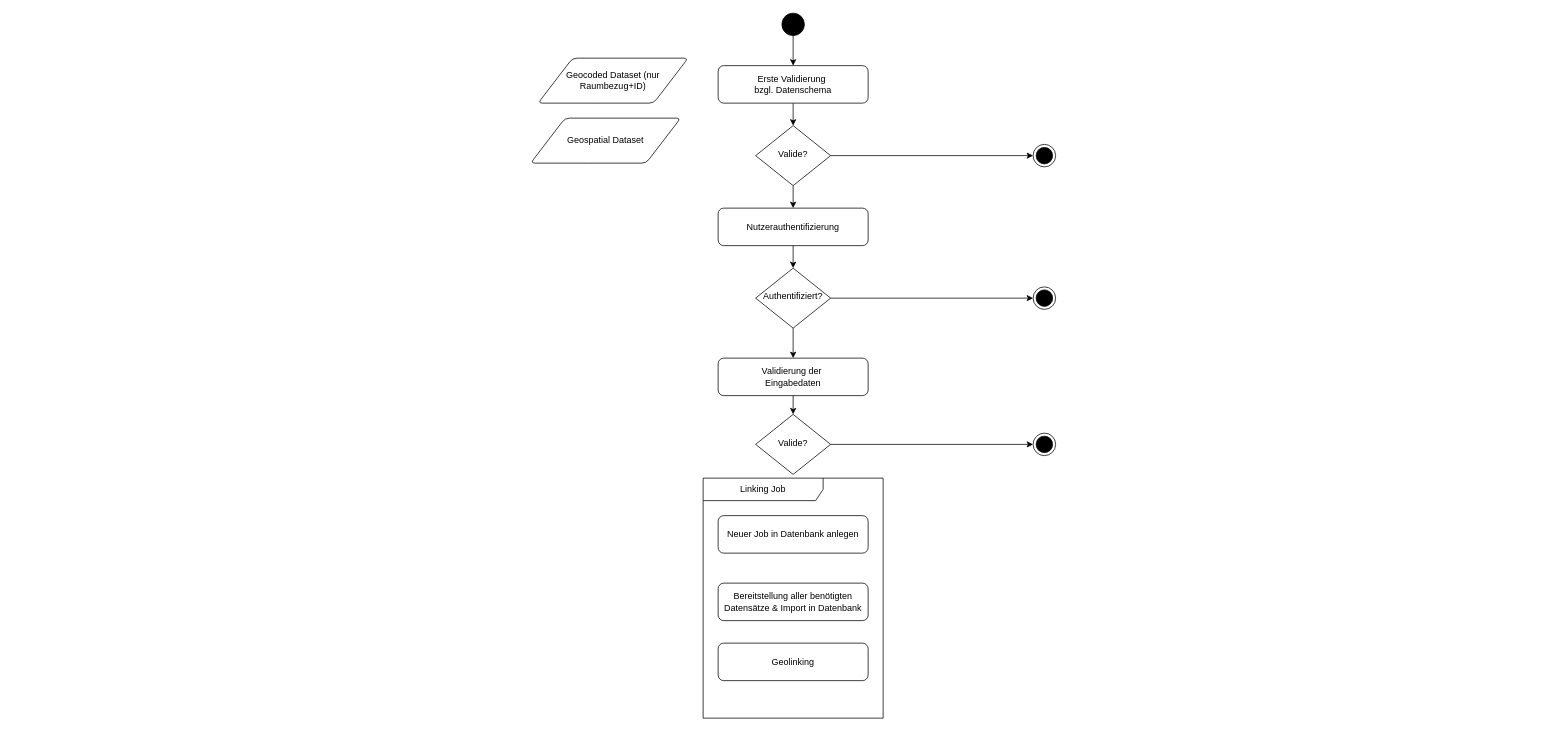
traveller195/draw_io keeps this draw.io diagram as sora/sora-geolinking-flowchart_001_quer.drawio. Above is the earlier version. Source tidied: cells renumbered, new cells numbered last; positions are measured from the earlier drawing's top-left corner, leaving out a move shared by most shapes. Both pictures are drawn from the tidied source at 75%, with x=0, y=0 at pixel (530, 13).
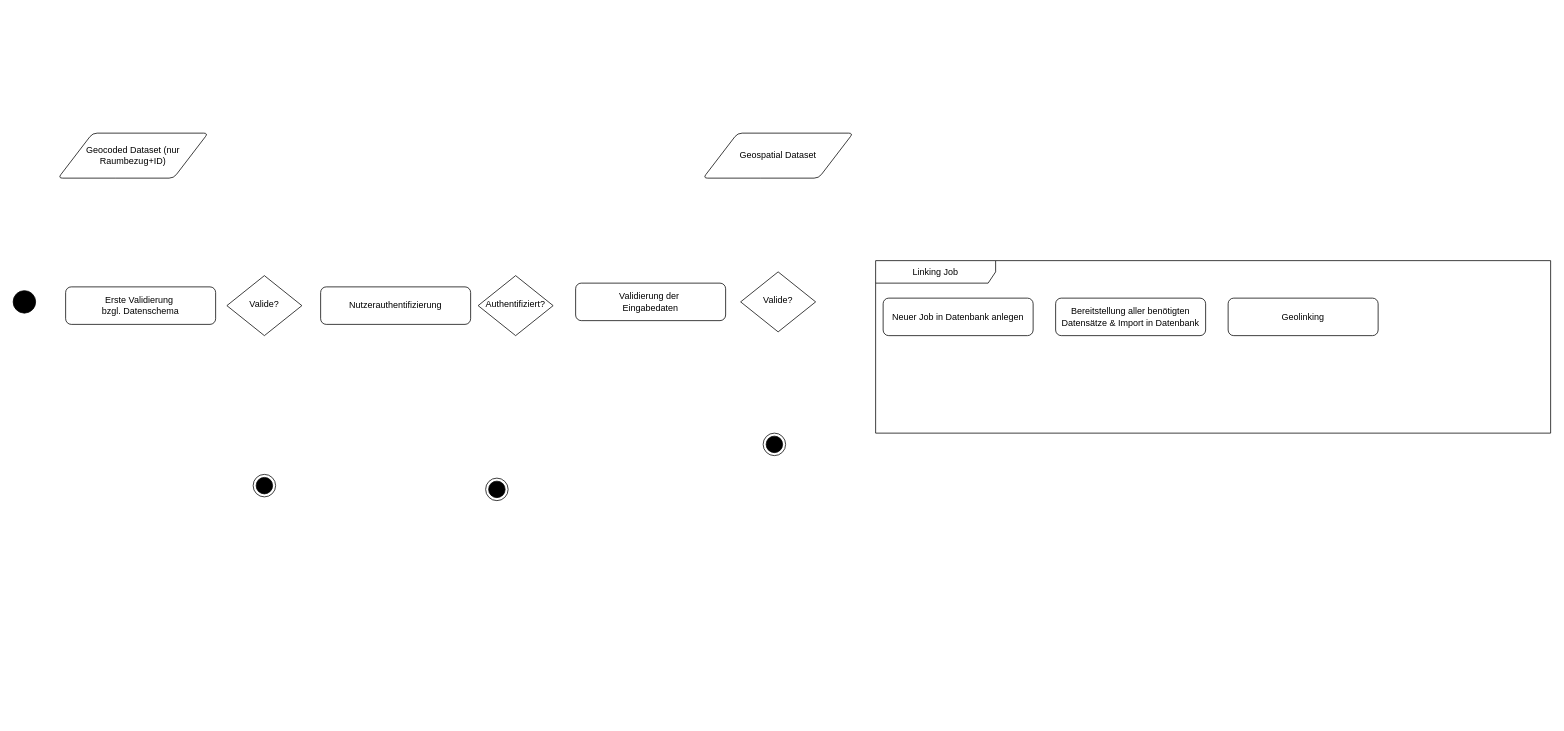
After the change.

What changed in the source:
```diff
@@
-    <mxCell id="2" style="edgeStyle=orthogonalEdgeStyle;rounded=0;jettySize=auto;html=1;exitX=0.5;exitY=1;exitDx=0;exitDy=0;entryX=0.5;entryY=0;entryDx=0;entryDy=0;" parent="1" edge="1" source="3" target="12">
-      <mxGeometry relative="1" as="geometry" />
-    </mxCell>
     <mxCell id="3" value="&lt;div&gt;Erste Validierung&amp;nbsp;&lt;/div&gt;&lt;div&gt;bzgl. Datenschema&lt;/div&gt;" style="rounded=1;whiteSpace=wrap;html=1;fontSize=12;glass=0;strokeWidth=1;shadow=0;" parent="1" vertex="1">
-      <mxGeometry x="250" y="70" width="200" height="50" as="geometry" />
+      <mxGeometry x="-620" y="365" width="200" height="50" as="geometry" />
     </mxCell>
-    <mxCell id="4" style="edgeStyle=orthogonalEdgeStyle;rounded=0;jettySize=auto;html=1;exitX=0.5;exitY=1;exitDx=0;exitDy=0;entryX=0.5;entryY=0;entryDx=0;entryDy=0;" parent="1" edge="1" source="5" target="3">
-      <mxGeometry relative="1" as="geometry" />
-    </mxCell>
     <mxCell id="5" style="ellipse;fillColor=strokeColor;html=1;" parent="1" vertex="1">
-      <mxGeometry x="335" width="30" height="30" as="geometry" />
+      <mxGeometry x="-690" y="370" width="30" height="30" as="geometry" />
     </mxCell>
     <mxCell id="6" value="Linking Job" style="shape=umlFrame;whiteSpace=wrap;html=1;width=160;" parent="1" vertex="1">
-      <mxGeometry x="230" y="620" width="240" height="320" as="geometry" />
+      <mxGeometry x="460" y="330" width="900" height="230" as="geometry" />
     </mxCell>
     <mxCell id="7" value="Neuer Job in Datenbank anlegen" style="rounded=1;whiteSpace=wrap;html=1;fontSize=12;glass=0;strokeWidth=1;shadow=0;" parent="6" vertex="1">
-      <mxGeometry x="20" y="50" width="200" height="50" as="geometry" />
+      <mxGeometry x="10" y="50" width="200" height="50" as="geometry" />
     </mxCell>
     <mxCell id="8" value="Bereitstellung aller benötigten Datensätze &amp;amp; Import in Datenbank" style="rounded=1;whiteSpace=wrap;html=1;fontSize=12;glass=0;strokeWidth=1;shadow=0;" parent="6" vertex="1">
-      <mxGeometry x="20" y="140" width="200" height="50" as="geometry" />
+      <mxGeometry x="240" y="50" width="200" height="50" as="geometry" />
     </mxCell>
     <mxCell id="9" value="Geolinking" style="rounded=1;whiteSpace=wrap;html=1;fontSize=12;glass=0;strokeWidth=1;shadow=0;" parent="6" vertex="1">
-      <mxGeometry x="20" y="220" width="200" height="50" as="geometry" />
+      <mxGeometry x="470" y="50" width="200" height="50" as="geometry" />
     </mxCell>
-    <mxCell id="10" style="edgeStyle=orthogonalEdgeStyle;rounded=0;jettySize=auto;html=1;exitX=1;exitY=0.5;exitDx=0;exitDy=0;entryX=0;entryY=0.5;entryDx=0;entryDy=0;" parent="1" edge="1" source="12" target="13">
-      <mxGeometry relative="1" as="geometry" />
-    </mxCell>
-    <mxCell id="11" style="edgeStyle=orthogonalEdgeStyle;rounded=0;jettySize=auto;html=1;exitX=0.5;exitY=1;exitDx=0;exitDy=0;entryX=0.5;entryY=0;entryDx=0;entryDy=0;" parent="1" edge="1" source="12" target="15">
-      <mxGeometry relative="1" as="geometry" />
-    </mxCell>
     <mxCell id="12" value="Valide?" style="rhombus;whiteSpace=wrap;html=1;shadow=0;fontFamily=Helvetica;fontSize=12;align=center;strokeWidth=1;spacing=6;spacingTop=-4;" parent="1" vertex="1">
-      <mxGeometry x="300" y="150" width="100" height="80" as="geometry" />
+      <mxGeometry x="-405" y="350" width="100" height="80" as="geometry" />
     </mxCell>
     <mxCell id="13" value="ddd" style="ellipse;html=1;shape=endState;fillColor=strokeColor;" parent="1" vertex="1">
-      <mxGeometry x="670" y="175" width="30" height="30" as="geometry" />
+      <mxGeometry x="-370" y="615" width="30" height="30" as="geometry" />
     </mxCell>
-    <mxCell id="14" style="edgeStyle=orthogonalEdgeStyle;rounded=0;jettySize=auto;html=1;exitX=0.5;exitY=1;exitDx=0;exitDy=0;entryX=0.5;entryY=0;entryDx=0;entryDy=0;" parent="1" edge="1" source="15" target="18">
-      <mxGeometry relative="1" as="geometry" />
-    </mxCell>
     <mxCell id="15" value="Nutzerauthentifizierung" style="rounded=1;whiteSpace=wrap;html=1;fontSize=12;glass=0;strokeWidth=1;shadow=0;" parent="1" vertex="1">
-      <mxGeometry x="250" y="260" width="200" height="50" as="geometry" />
+      <mxGeometry x="-280" y="365" width="200" height="50" as="geometry" />
     </mxCell>
-    <mxCell id="16" style="edgeStyle=orthogonalEdgeStyle;rounded=0;jettySize=auto;html=1;exitX=1;exitY=0.5;exitDx=0;exitDy=0;entryX=0;entryY=0.5;entryDx=0;entryDy=0;" parent="1" edge="1" source="18" target="19">
-      <mxGeometry relative="1" as="geometry" />
-    </mxCell>
-    <mxCell id="17" style="edgeStyle=orthogonalEdgeStyle;rounded=0;jettySize=auto;html=1;exitX=0.5;exitY=1;exitDx=0;exitDy=0;entryX=0.5;entryY=0;entryDx=0;entryDy=0;" parent="1" edge="1" source="18" target="21">
-      <mxGeometry relative="1" as="geometry" />
-    </mxCell>
     <mxCell id="18" value="Authentifiziert?" style="rhombus;whiteSpace=wrap;html=1;shadow=0;fontFamily=Helvetica;fontSize=12;align=center;strokeWidth=1;spacing=6;spacingTop=-4;" parent="1" vertex="1">
-      <mxGeometry x="300" y="340" width="100" height="80" as="geometry" />
+      <mxGeometry x="-70" y="350" width="100" height="80" as="geometry" />
     </mxCell>
     <mxCell id="19" value="ddd" style="ellipse;html=1;shape=endState;fillColor=strokeColor;" parent="1" vertex="1">
-      <mxGeometry x="670" y="365" width="30" height="30" as="geometry" />
+      <mxGeometry x="-60" y="620" width="30" height="30" as="geometry" />
     </mxCell>
-    <mxCell id="20" style="edgeStyle=orthogonalEdgeStyle;rounded=0;jettySize=auto;html=1;exitX=0.5;exitY=1;exitDx=0;exitDy=0;entryX=0.5;entryY=0;entryDx=0;entryDy=0;" parent="1" edge="1" source="21" target="23">
-      <mxGeometry relative="1" as="geometry" />
-    </mxCell>
     <mxCell id="21" value="&lt;div&gt;Validierung der&amp;nbsp;&lt;/div&gt;&lt;div&gt;Eingabedaten&lt;/div&gt;" style="rounded=1;whiteSpace=wrap;html=1;fontSize=12;glass=0;strokeWidth=1;shadow=0;" parent="1" vertex="1">
-      <mxGeometry x="250" y="460" width="200" height="50" as="geometry" />
+      <mxGeometry x="60" y="360" width="200" height="50" as="geometry" />
     </mxCell>
-    <mxCell id="22" style="edgeStyle=orthogonalEdgeStyle;rounded=0;jettySize=auto;html=1;exitX=1;exitY=0.5;exitDx=0;exitDy=0;entryX=0;entryY=0.5;entryDx=0;entryDy=0;" parent="1" edge="1" source="23" target="24">
-      <mxGeometry relative="1" as="geometry" />
-    </mxCell>
     <mxCell id="23" value="Valide?" style="rhombus;whiteSpace=wrap;html=1;shadow=0;fontFamily=Helvetica;fontSize=12;align=center;strokeWidth=1;spacing=6;spacingTop=-4;" parent="1" vertex="1">
-      <mxGeometry x="300" y="535" width="100" height="80" as="geometry" />
+      <mxGeometry x="280" y="345" width="100" height="80" as="geometry" />
     </mxCell>
     <mxCell id="24" value="ddd" style="ellipse;html=1;shape=endState;fillColor=strokeColor;" parent="1" vertex="1">
-      <mxGeometry x="670" y="560" width="30" height="30" as="geometry" />
+      <mxGeometry x="310" y="560" width="30" height="30" as="geometry" />
     </mxCell>
     <mxCell id="25" value="Geocoded Dataset (nur Raumbezug+ID)" style="shape=parallelogram;html=1;strokeWidth=1;perimeter=parallelogramPerimeter;whiteSpace=wrap;rounded=1;arcSize=12;size=0.23;" parent="1" vertex="1">
-      <mxGeometry x="10" y="60" width="200" height="60" as="geometry" />
+      <mxGeometry x="-630" y="160" width="200" height="60" as="geometry" />
     </mxCell>
     <mxCell id="26" value="Geospatial Dataset" style="shape=parallelogram;html=1;strokeWidth=1;perimeter=parallelogramPerimeter;whiteSpace=wrap;rounded=1;arcSize=12;size=0.23;" parent="1" vertex="1">
-      <mxGeometry y="140" width="200" height="60" as="geometry" />
+      <mxGeometry x="230" y="160" width="200" height="60" as="geometry" />
     </mxCell>
```
